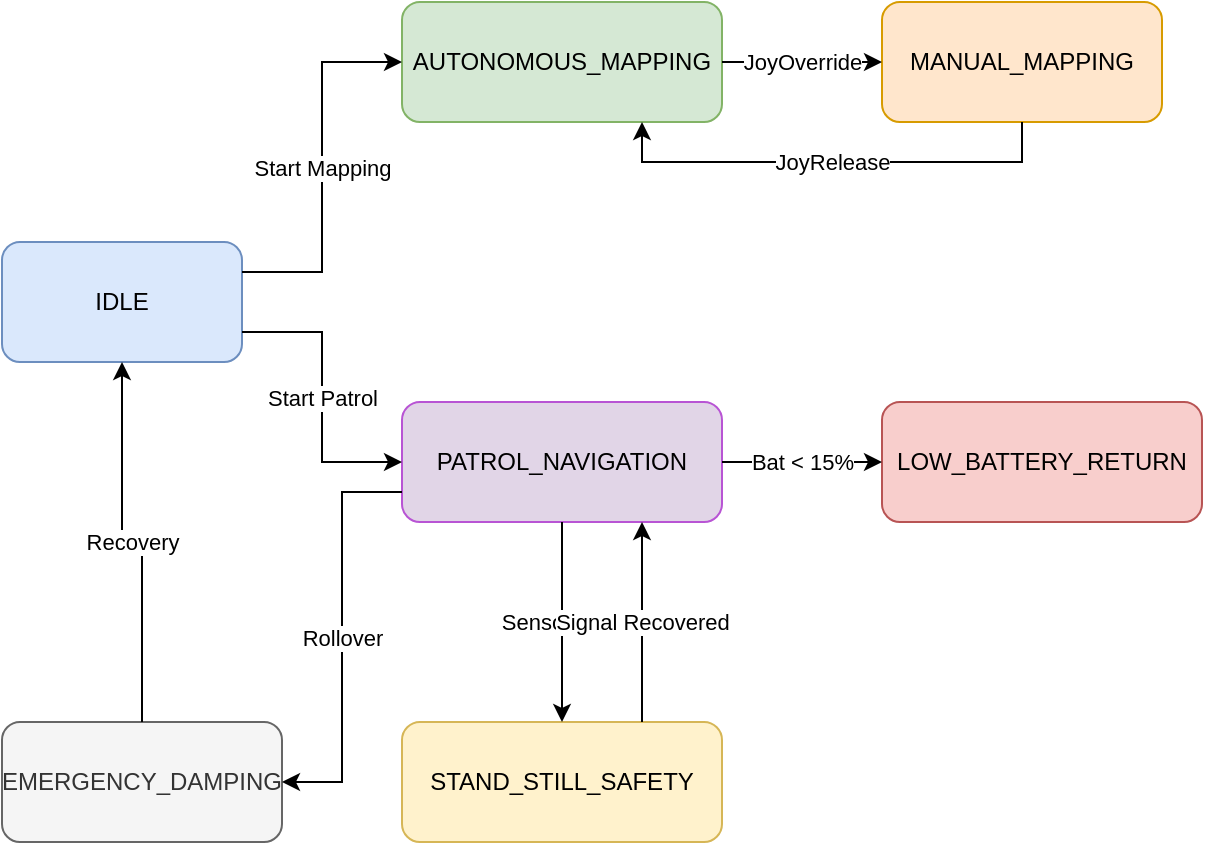
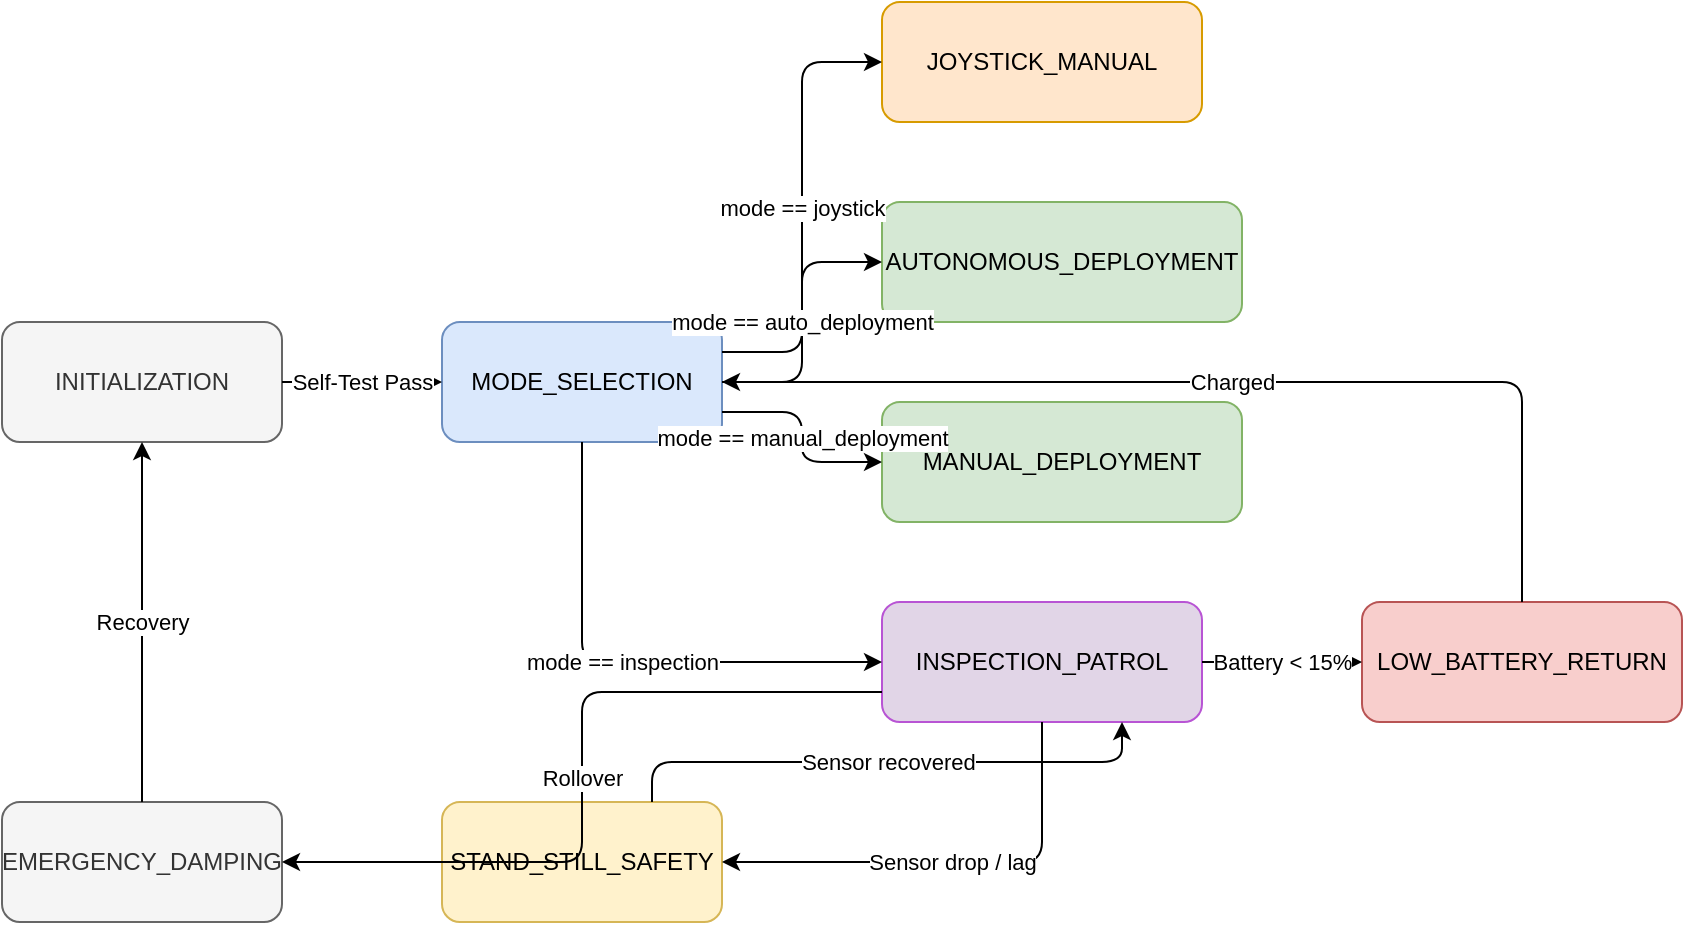
<mxfile host="65bd71144e">
    <diagram id="state-machine" name="Go2 State Machine">
        <mxGraphModel dx="1000" dy="1000" grid="1" gridSize="10" guides="1" tooltips="1" connect="1" arrows="1" fold="1" page="1" pageScale="1" pageWidth="850" pageHeight="1100" math="0" shadow="0">
            <root>
                <mxCell id="0"/>
                <mxCell id="1" parent="0"/>
+ 
                <!-- States -->
-                 <mxCell id="idle" value="IDLE" style="rounded=1;whiteSpace=wrap;html=1;fillColor=#dae8fc;strokeColor=#6c8ebf;" vertex="1" parent="1">
-                     <mxGeometry x="40" y="200" width="120" height="60" as="geometry"/>
+                 <mxCell id="init" value="INITIALIZATION" style="rounded=1;whiteSpace=wrap;html=1;fillColor=#f5f5f5;fontColor=#333333;strokeColor=#666666;" vertex="1" parent="1">
+                     <mxGeometry x="40" y="200" width="140" height="60" as="geometry"/>
                </mxCell>
-                 <mxCell id="auto-map" value="AUTONOMOUS_MAPPING" style="rounded=1;whiteSpace=wrap;html=1;fillColor=#d5e8d4;strokeColor=#82b366;" vertex="1" parent="1">
-                     <mxGeometry x="240" y="80" width="160" height="60" as="geometry"/>
+                 <mxCell id="selection" value="MODE_SELECTION" style="rounded=1;whiteSpace=wrap;html=1;fillColor=#dae8fc;strokeColor=#6c8ebf;" vertex="1" parent="1">
+                     <mxGeometry x="260" y="200" width="140" height="60" as="geometry"/>
                </mxCell>
-                 <mxCell id="manual-map" value="MANUAL_MAPPING" style="rounded=1;whiteSpace=wrap;html=1;fillColor=#ffe6cc;strokeColor=#d79b00;" vertex="1" parent="1">
-                     <mxGeometry x="480" y="80" width="140" height="60" as="geometry"/>
+                 <mxCell id="joystick" value="JOYSTICK_MANUAL" style="rounded=1;whiteSpace=wrap;html=1;fillColor=#ffe6cc;strokeColor=#d79b00;" vertex="1" parent="1">
+                     <mxGeometry x="480" y="40" width="160" height="60" as="geometry"/>
                </mxCell>
-                 <mxCell id="patrol" value="PATROL_NAVIGATION" style="rounded=1;whiteSpace=wrap;html=1;fillColor=#e1d5e7;strokeColor=#b854d4;" vertex="1" parent="1">
-                     <mxGeometry x="240" y="280" width="160" height="60" as="geometry"/>
+                 <mxCell id="auto-map" value="AUTONOMOUS_DEPLOYMENT" style="rounded=1;whiteSpace=wrap;html=1;fillColor=#d5e8d4;strokeColor=#82b366;" vertex="1" parent="1">
+                     <mxGeometry x="480" y="140" width="180" height="60" as="geometry"/>
+                 </mxCell>
+                 <mxCell id="manual-map" value="MANUAL_DEPLOYMENT" style="rounded=1;whiteSpace=wrap;html=1;fillColor=#d5e8d4;strokeColor=#82b366;" vertex="1" parent="1">
+                     <mxGeometry x="480" y="240" width="180" height="60" as="geometry"/>
+                 </mxCell>
+                 <mxCell id="patrol" value="INSPECTION_PATROL" style="rounded=1;whiteSpace=wrap;html=1;fillColor=#e1d5e7;strokeColor=#b854d4;" vertex="1" parent="1">
+                     <mxGeometry x="480" y="340" width="160" height="60" as="geometry"/>
                </mxCell>
                <mxCell id="low-bat" value="LOW_BATTERY_RETURN" style="rounded=1;whiteSpace=wrap;html=1;fillColor=#f8cecc;strokeColor=#b85454;" vertex="1" parent="1">
-                     <mxGeometry x="480" y="280" width="160" height="60" as="geometry"/>
+                     <mxGeometry x="720" y="340" width="160" height="60" as="geometry"/>
                </mxCell>
                <mxCell id="safety" value="STAND_STILL_SAFETY" style="rounded=1;whiteSpace=wrap;html=1;fillColor=#fff2cc;strokeColor=#d6b656;" vertex="1" parent="1">
-                     <mxGeometry x="240" y="440" width="160" height="60" as="geometry"/>
+                     <mxGeometry x="260" y="440" width="140" height="60" as="geometry"/>
                </mxCell>
                <mxCell id="damping" value="EMERGENCY_DAMPING" style="rounded=1;whiteSpace=wrap;html=1;fillColor=#f5f5f5;fontColor=#333333;strokeColor=#666666;" vertex="1" parent="1">
                    <mxGeometry x="40" y="440" width="140" height="60" as="geometry"/>
                </mxCell>
+ 
                <!-- Edges -->
-                 <mxCell id="e1" value="Start Mapping" style="edgeStyle=orthogonalEdgeStyle;rounded=0;orthogonalLoop=1;jettySize=auto;html=1;exitX=1;exitY=0.25;exitDx=0;exitDy=0;entryX=0;entryY=0.5;entryDx=0;entryDy=0;" edge="1" parent="1" source="idle" target="auto-map">
+                 <mxCell id="e-init-to-select" value="Self-Test Pass" style="edgeStyle=orthogonalEdgeStyle;rounded=1;orthogonalLoop=1;jettySize=auto;html=1;exitX=1;exitY=0.5;exitDx=0;exitDy=0;entryX=0;entryY=0.5;entryDx=0;entryDy=0;" edge="1" parent="1" source="init" target="selection">
                    <mxGeometry relative="1" as="geometry"/>
                </mxCell>
-                 <mxCell id="e2" value="JoyOverride" style="edgeStyle=orthogonalEdgeStyle;rounded=0;orthogonalLoop=1;jettySize=auto;html=1;exitX=1;exitY=0.5;exitDx=0;exitDy=0;entryX=0;entryY=0.5;entryDx=0;entryDy=0;" edge="1" parent="1" source="auto-map" target="manual-map">
+                 <mxCell id="e-select-to-joy" value="mode == joystick" style="edgeStyle=orthogonalEdgeStyle;rounded=1;orthogonalLoop=1;jettySize=auto;html=1;exitX=1;exitY=0.25;exitDx=0;exitDy=0;entryX=0;entryY=0.5;entryDx=0;entryDy=0;" edge="1" parent="1" source="selection" target="joystick">
                    <mxGeometry relative="1" as="geometry"/>
                </mxCell>
-                 <mxCell id="e3" value="JoyRelease" style="edgeStyle=orthogonalEdgeStyle;rounded=0;orthogonalLoop=1;jettySize=auto;html=1;exitX=0.5;exitY=1;exitDx=0;exitDy=0;entryX=0.75;entryY=1;entryDx=0;entryDy=0;" edge="1" parent="1" source="manual-map" target="auto-map">
+                 <mxCell id="e-select-to-automap" value="mode == auto_deployment" style="edgeStyle=orthogonalEdgeStyle;rounded=1;orthogonalLoop=1;jettySize=auto;html=1;exitX=1;exitY=0.5;exitDx=0;exitDy=0;entryX=0;entryY=0.5;entryDx=0;entryDy=0;" edge="1" parent="1" source="selection" target="auto-map">
                    <mxGeometry relative="1" as="geometry"/>
                </mxCell>
-                 <mxCell id="e4" value="Start Patrol" style="edgeStyle=orthogonalEdgeStyle;rounded=0;orthogonalLoop=1;jettySize=auto;html=1;exitX=1;exitY=0.75;exitDx=0;exitDy=0;entryX=0;entryY=0.5;entryDx=0;entryDy=0;" edge="1" parent="1" source="idle" target="patrol">
+                 <mxCell id="e-select-to-manualmap" value="mode == manual_deployment" style="edgeStyle=orthogonalEdgeStyle;rounded=1;orthogonalLoop=1;jettySize=auto;html=1;exitX=1;exitY=0.75;exitDx=0;exitDy=0;entryX=0;entryY=0.5;entryDx=0;entryDy=0;" edge="1" parent="1" source="selection" target="manual-map">
                    <mxGeometry relative="1" as="geometry"/>
                </mxCell>
-                 <mxCell id="e5" value="Bat &lt; 15%" style="edgeStyle=orthogonalEdgeStyle;rounded=0;orthogonalLoop=1;jettySize=auto;html=1;exitX=1;exitY=0.5;exitDx=0;exitDy=0;entryX=0;entryY=0.5;entryDx=0;entryDy=0;" edge="1" parent="1" source="patrol" target="low-bat">
+                 <mxCell id="e-select-to-patrol" value="mode == inspection" style="edgeStyle=orthogonalEdgeStyle;rounded=1;orthogonalLoop=1;jettySize=auto;html=1;exitX=0.5;exitY=1;exitDx=0;exitDy=0;entryX=0;entryY=0.5;entryDx=0;entryDy=0;" edge="1" parent="1" source="selection" target="patrol">
                    <mxGeometry relative="1" as="geometry"/>
                </mxCell>
-                 <mxCell id="e6" value="Sensor Loss" style="edgeStyle=orthogonalEdgeStyle;rounded=0;orthogonalLoop=1;jettySize=auto;html=1;exitX=0.5;exitY=1;exitDx=0;exitDy=0;entryX=0.5;entryY=0;entryDx=0;entryDy=0;" edge="1" parent="1" source="patrol" target="safety">
+                 <mxCell id="e-patrol-to-lowbat" value="Battery &lt; 15%" style="edgeStyle=orthogonalEdgeStyle;rounded=1;orthogonalLoop=1;jettySize=auto;html=1;exitX=1;exitY=0.5;exitDx=0;exitDy=0;entryX=0;entryY=0.5;entryDx=0;entryDy=0;" edge="1" parent="1" source="patrol" target="low-bat">
                    <mxGeometry relative="1" as="geometry"/>
                </mxCell>
-                 <mxCell id="e7" value="Signal Recovered" style="edgeStyle=orthogonalEdgeStyle;rounded=0;orthogonalLoop=1;jettySize=auto;html=1;exitX=0.75;exitY=0;exitDx=0;exitDy=0;entryX=0.75;entryY=1;entryDx=0;entryDy=0;" edge="1" parent="1" source="safety" target="patrol">
+                 <mxCell id="e-lowbat-to-select" value="Charged" style="edgeStyle=orthogonalEdgeStyle;rounded=1;orthogonalLoop=1;jettySize=auto;html=1;exitX=0.5;exitY=0;exitDx=0;exitDy=0;entryX=1;entryY=0.5;entryDx=0;entryDy=0;" edge="1" parent="1" source="low-bat" target="selection">
                    <mxGeometry relative="1" as="geometry"/>
                </mxCell>
-                 <mxCell id="e8" value="Rollover" style="edgeStyle=orthogonalEdgeStyle;rounded=0;orthogonalLoop=1;jettySize=auto;html=1;exitX=0;exitY=0.75;exitDx=0;exitDy=0;entryX=1;entryY=0.5;entryDx=0;entryDy=0;" edge="1" parent="1" source="patrol" target="damping">
+                 <mxCell id="e-patrol-to-safety" value="Sensor drop / lag" style="edgeStyle=orthogonalEdgeStyle;rounded=1;orthogonalLoop=1;jettySize=auto;html=1;exitX=0.5;exitY=1;exitDx=0;exitDy=0;entryX=1;entryY=0.5;entryDx=0;entryDy=0;" edge="1" parent="1" source="patrol" target="safety">
                    <mxGeometry relative="1" as="geometry"/>
                </mxCell>
-                 <mxCell id="e9" value="Recovery" style="edgeStyle=orthogonalEdgeStyle;rounded=0;orthogonalLoop=1;jettySize=auto;html=1;exitX=0.5;exitY=0;exitDx=0;exitDy=0;entryX=0.5;entryY=1;entryDx=0;entryDy=0;" edge="1" parent="1" source="damping" target="idle">
+                 <mxCell id="e-safety-to-patrol" value="Sensor recovered" style="edgeStyle=orthogonalEdgeStyle;rounded=1;orthogonalLoop=1;jettySize=auto;html=1;exitX=0.75;exitY=0;exitDx=0;exitDy=0;entryX=0.75;entryY=1;entryDx=0;entryDy=0;" edge="1" parent="1" source="safety" target="patrol">
+                     <mxGeometry relative="1" as="geometry"/>
+                 </mxCell>
+                 <mxCell id="e-any-to-damping" value="Rollover" style="edgeStyle=orthogonalEdgeStyle;rounded=1;orthogonalLoop=1;jettySize=auto;html=1;exitX=0;exitY=0.75;exitDx=0;exitDy=0;entryX=1;entryY=0.5;entryDx=0;entryDy=0;" edge="1" parent="1" source="patrol" target="damping">
+                     <mxGeometry relative="1" as="geometry"/>
+                 </mxCell>
+                 <mxCell id="e-damping-to-init" value="Recovery" style="edgeStyle=orthogonalEdgeStyle;rounded=1;orthogonalLoop=1;jettySize=auto;html=1;exitX=0.5;exitY=0;exitDx=0;exitDy=0;entryX=0.5;entryY=1;entryDx=0;entryDy=0;" edge="1" parent="1" source="damping" target="init">
                    <mxGeometry relative="1" as="geometry"/>
                </mxCell>
            </root>
        </mxGraphModel>
    </diagram>
- </mxfile>
+ </mxfile>